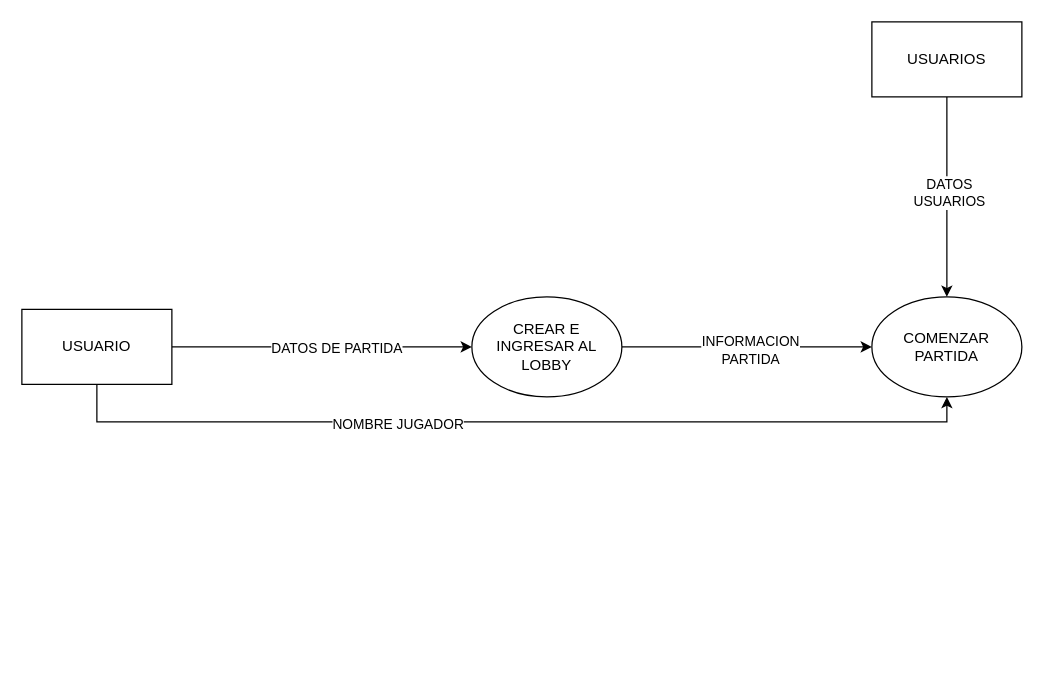
Above: take-home/casos_uso/1-crear_partida.drawio in irmrz/ingenieria-software-1 (draw.io), before the change. Source tidied: cells renumbered, new cells numbered last; positions are measured from the earlier drawing's top-left corner, leaving out a move shared by most shapes. Both pictures are drawn from the tidied source at 125%, with x=0, y=0 at pixel (21, 21).
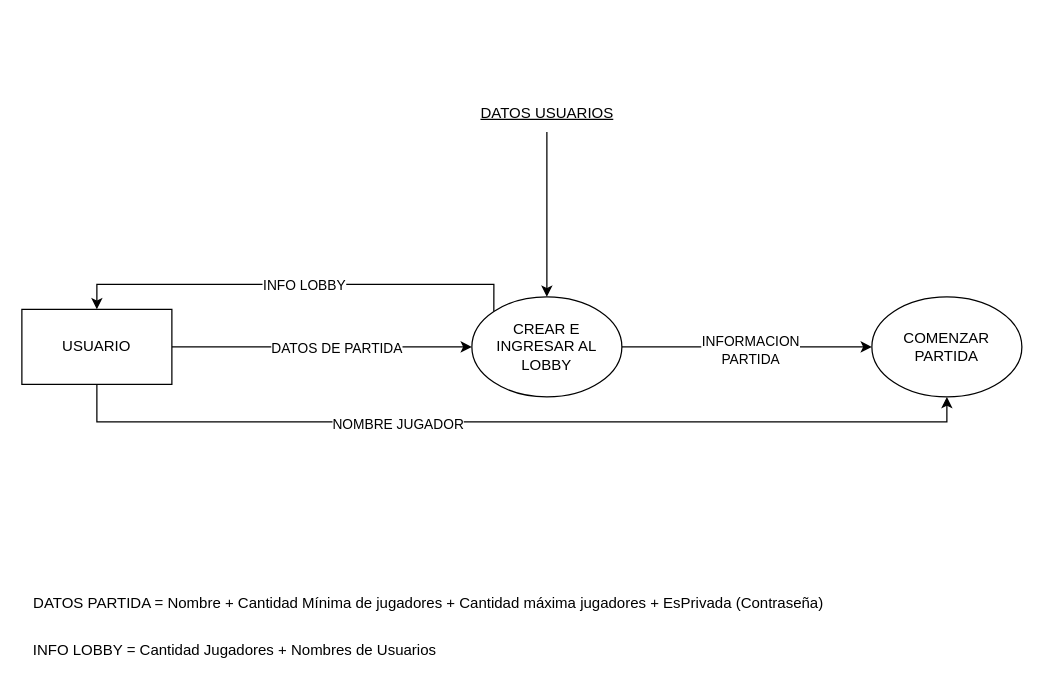
After the change.

The change refers to these unchanged cells:
```xml
<mxCell id="6" value="USUARIO" style="rounded=0;whiteSpace=wrap;html=1;" parent="1" vertex="1">
  <mxGeometry y="230" width="120" height="60" as="geometry" />
</mxCell>
<mxCell id="9" value="CREAR E INGRESAR AL LOBBY" style="ellipse;whiteSpace=wrap;html=1;" parent="1" vertex="1">
  <mxGeometry x="360" y="220" width="120" height="80" as="geometry" />
</mxCell>
<mxCell id="10" value="&lt;div&gt;COMENZAR &lt;br&gt;&lt;/div&gt;&lt;div&gt;PARTIDA&lt;br&gt;&lt;/div&gt;" style="ellipse;whiteSpace=wrap;html=1;" parent="1" vertex="1">
  <mxGeometry x="680" y="220" width="120" height="80" as="geometry" />
</mxCell>
```

Diff of the diagram source:
```diff
@@
+    <mxCell id="14" style="edgeStyle=orthogonalEdgeStyle;rounded=0;jettySize=auto;html=1;exitX=0;exitY=0;exitDx=0;exitDy=0;entryX=0.5;entryY=0;entryDx=0;entryDy=0;" parent="1" edge="1" source="9" target="6">
+      <mxGeometry relative="1" as="geometry">
+        <Array as="points">
+          <mxPoint x="378" y="210" />
+          <mxPoint x="60" y="210" />
+        </Array>
+      </mxGeometry>
+    </mxCell>
+    <mxCell id="15" value="INFO LOBBY" style="edgeLabel;html=1;align=center;verticalAlign=middle;" parent="14" vertex="1">
+      <mxGeometry x="-0.03" y="-1" relative="1" as="geometry">
+        <mxPoint y="1" as="offset" />
+      </mxGeometry>
+    </mxCell>
@@
-    <mxCell id="11" style="edgeStyle=orthogonalEdgeStyle;rounded=0;jettySize=auto;html=1;entryX=0.5;entryY=0;entryDx=0;entryDy=0;" parent="1" edge="1" source="13" target="10">
-      <mxGeometry relative="1" as="geometry" />
-    </mxCell>
+    <mxCell id="16" style="edgeStyle=orthogonalEdgeStyle;rounded=0;jettySize=auto;html=1;entryX=0.5;entryY=0;entryDx=0;entryDy=0;" parent="1" edge="1" source="12" target="9">
+      <mxGeometry relative="1" as="geometry" />
+    </mxCell>
-    <mxCell id="12" value="&lt;div&gt;DATOS&lt;/div&gt;&lt;div&gt;USUARIOS&lt;br&gt;&lt;/div&gt;" style="edgeLabel;html=1;align=center;verticalAlign=middle;points=[];" parent="11" vertex="1">
-      <mxGeometry x="-0.05" y="1" relative="1" as="geometry" />
+    <mxCell id="12" value="&lt;u&gt;DATOS USUARIOS&lt;br&gt;&lt;/u&gt;" style="text;html=1;align=center;verticalAlign=middle;points=[];strokeColor=none;fillColor=none;" parent="1" vertex="1">
+      <mxGeometry x="355" y="58" width="130" height="30" as="geometry" />
     </mxCell>
-    <mxCell id="13" value="USUARIOS" style="rounded=0;whiteSpace=wrap;html=1;" parent="1" vertex="1">
-      <mxGeometry x="680" width="120" height="60" as="geometry" />
-    </mxCell>
+    <mxCell id="17" value="DATOS PARTIDA = Nombre + Cantidad Mínima de jugadores + Cantidad máxima jugadores + EsPrivada (Contraseña)" style="text;html=1;align=center;verticalAlign=middle;strokeColor=none;fillColor=none;" parent="1" vertex="1">
+      <mxGeometry y="450" width="650" height="30" as="geometry" />
+    </mxCell>
+    <mxCell id="18" value="INFO LOBBY = Cantidad Jugadores + Nombres de Usuarios" style="text;html=1;align=center;verticalAlign=middle;strokeColor=none;fillColor=none;" parent="1" vertex="1">
+      <mxGeometry y="488" width="340" height="30" as="geometry" />
+    </mxCell>
```
